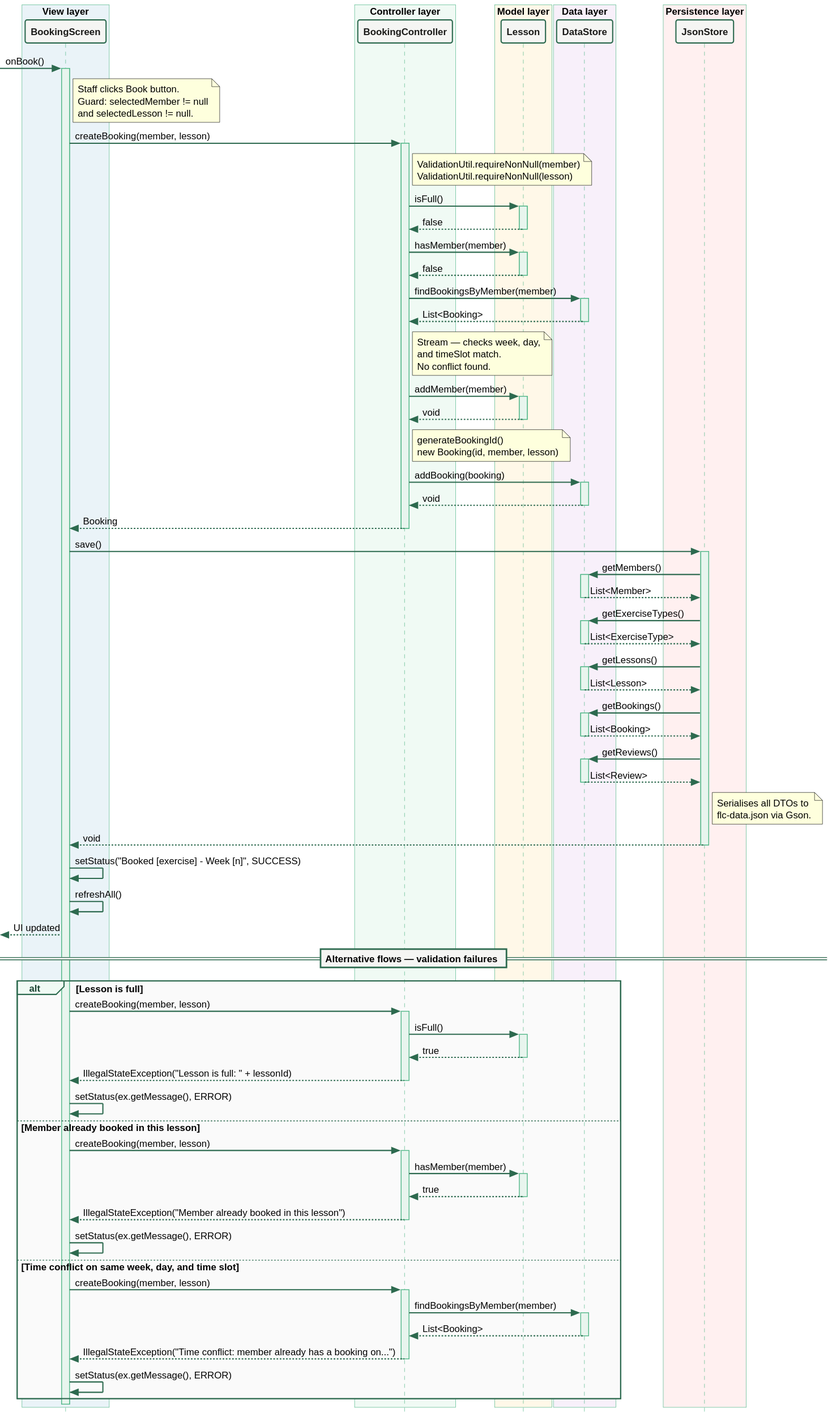
This is docs/diagrams/sequence-diagram.svg from Dantesrc-sys/FurzefieldLC, a PlantUML export, as it was before one commit. The source it was exported from:
```plantuml
@startuml

skinparam style strictuml
skinparam backgroundColor    #FFFFFF
skinparam defaultFontName    SansSerif
skinparam defaultFontSize    12
skinparam sequenceArrowThickness 1.5

skinparam participant {
    BackgroundColor          #F5F5F3
    BorderColor              #2D6A4F
    BorderThickness          1.5
    FontColor                #1A1A18
    FontStyle                Bold
}

skinparam sequence {
    ArrowColor               #2D6A4F
    LifeLineBorderColor      #52B788
    LifeLineBorderThickness  1.5
    LifeLineBackgroundColor  #E8F5EE
    BoxBackgroundColor       #F0FAF4
    BoxBorderColor           #52B788
    DividerBackgroundColor   #F5F5F3
    DividerBorderColor       #2D6A4F
    GroupBackgroundColor     #F0FAF4
    GroupBorderColor         #2D6A4F
    GroupHeaderFontColor     #1B4332
    GroupBodyBackgroundColor #FAFAFA
    NoteBackgroundColor      #FFFDE7
    NoteBorderColor          #F4C430
}


box "View layer" #EAF3F8
    participant "BookingScreen" as BS
end box

box "Controller layer" #F0FAF4
    participant "BookingController" as BC
end box

box "Model layer" #FFF8E8
    participant "Lesson" as L
end box

box "Data layer" #F8F0FA
    participant "DataStore" as DS
end box

box "Persistence layer" #FFF0F0
    participant "JsonStore" as JS
end box


[-> BS : onBook()
note right of BS : Staff clicks Book button.\nGuard: selectedMember != null\nand selectedLesson != null.

activate BS


BS -> BC : createBooking(member, lesson)
activate BC

note right of BC : ValidationUtil.requireNonNull(member)\nValidationUtil.requireNonNull(lesson)

BC -> L : isFull()
activate L
L --> BC : false
deactivate L

BC -> L : hasMember(member)
activate L
L --> BC : false
deactivate L

BC -> DS : findBookingsByMember(member)
activate DS
DS --> BC : List<Booking>
deactivate DS

note right of BC : Stream — checks week, day,\nand timeSlot match.\nNo conflict found.

BC -> L : addMember(member)
activate L
L --> BC : void
deactivate L

note right of BC : generateBookingId()\nnew Booking(id, member, lesson)

BC -> DS : addBooking(booking)
activate DS
DS --> BC : void
deactivate DS

BC --> BS : Booking
deactivate BC

BS -> JS : save()
activate JS

JS -> DS : getMembers()
activate DS
DS --> JS : List<Member>
deactivate DS

JS -> DS : getExerciseTypes()
activate DS
DS --> JS : List<ExerciseType>
deactivate DS

JS -> DS : getLessons()
activate DS
DS --> JS : List<Lesson>
deactivate DS

JS -> DS : getBookings()
activate DS
DS --> JS : List<Booking>
deactivate DS

JS -> DS : getReviews()
activate DS
DS --> JS : List<Review>
deactivate DS

note right of JS : Serialises all DTOs to\nflc-data.json via Gson.

JS --> BS : void
deactivate JS

BS -> BS : setStatus("Booked [exercise] - Week [n]", SUCCESS)
BS -> BS : refreshAll()

[<-- BS : UI updated


== Alternative flows — validation failures ==

alt Lesson is full

    BS -> BC : createBooking(member, lesson)
    activate BC
    BC -> L : isFull()
    activate L
    L --> BC : true
    deactivate L
    BC --> BS : IllegalStateException("Lesson is full: " + lessonId)
    deactivate BC
    BS -> BS : setStatus(ex.getMessage(), ERROR)

else Member already booked in this lesson

    BS -> BC : createBooking(member, lesson)
    activate BC
    BC -> L : hasMember(member)
    activate L
    L --> BC : true
    deactivate L
    BC --> BS : IllegalStateException("Member already booked in this lesson")
    deactivate BC
    BS -> BS : setStatus(ex.getMessage(), ERROR)

else Time conflict on same week, day, and time slot

    BS -> BC : createBooking(member, lesson)
    activate BC
    BC -> DS : findBookingsByMember(member)
    activate DS
    DS --> BC : List<Booking>
    deactivate DS
    BC --> BS : IllegalStateException("Time conflict: member already has a booking on...")
    deactivate BC
    BS -> BS : setStatus(ex.getMessage(), ERROR)

end

deactivate BS
@enduml
```
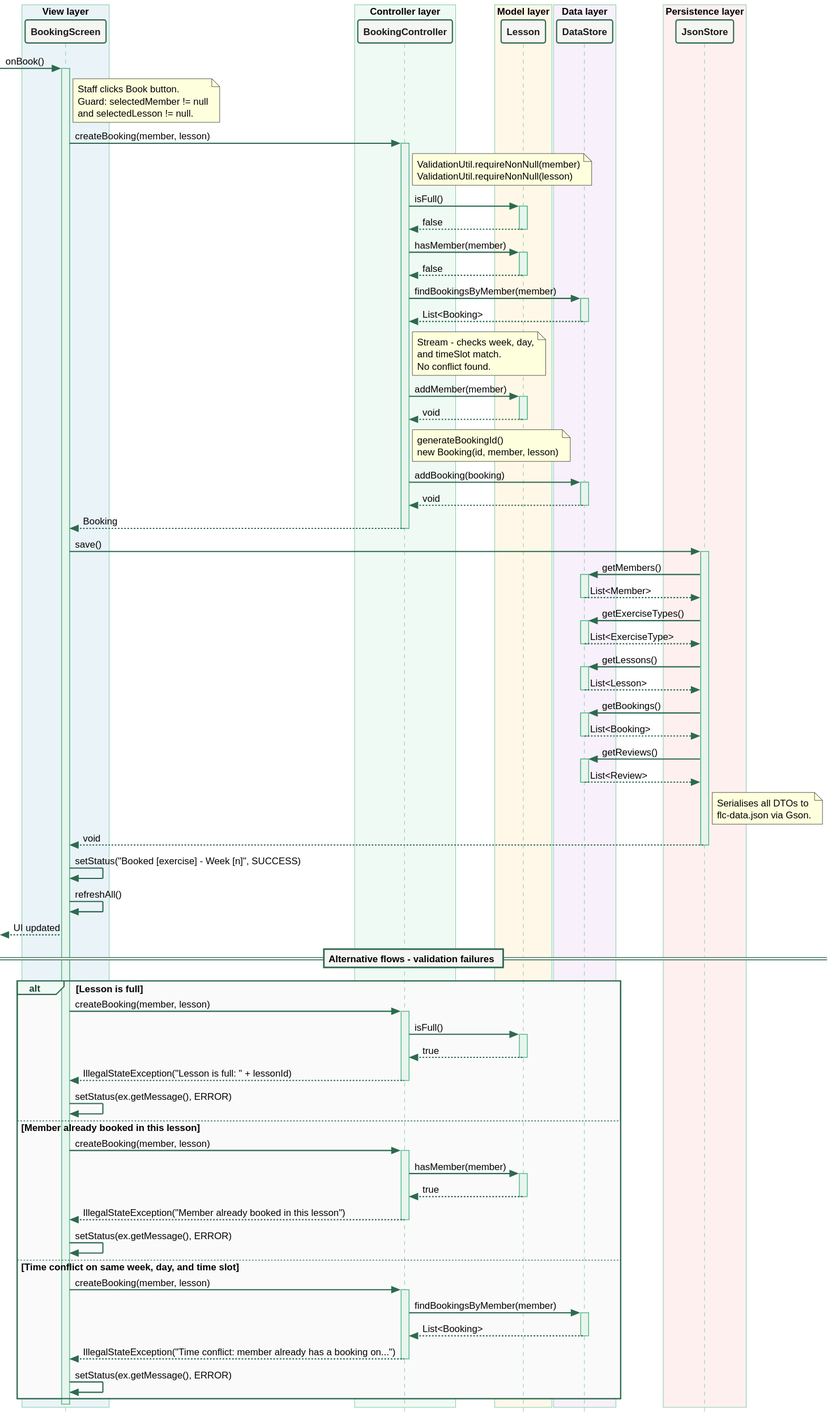
Later version of the same file.

Change to the diagram source:
```diff
@@ -79,7 +79,7 @@
 DS --> BC : List<Booking>
 deactivate DS
 
-note right of BC : Stream — checks week, day,\nand timeSlot match.\nNo conflict found.
+note right of BC : Stream - checks week, day,\nand timeSlot match.\nNo conflict found.
 
 BC -> L : addMember(member)
 activate L
@@ -135,7 +135,7 @@
 [<-- BS : UI updated
 
 
-== Alternative flows — validation failures ==
+== Alternative flows - validation failures ==
 
 alt Lesson is full
 
```
